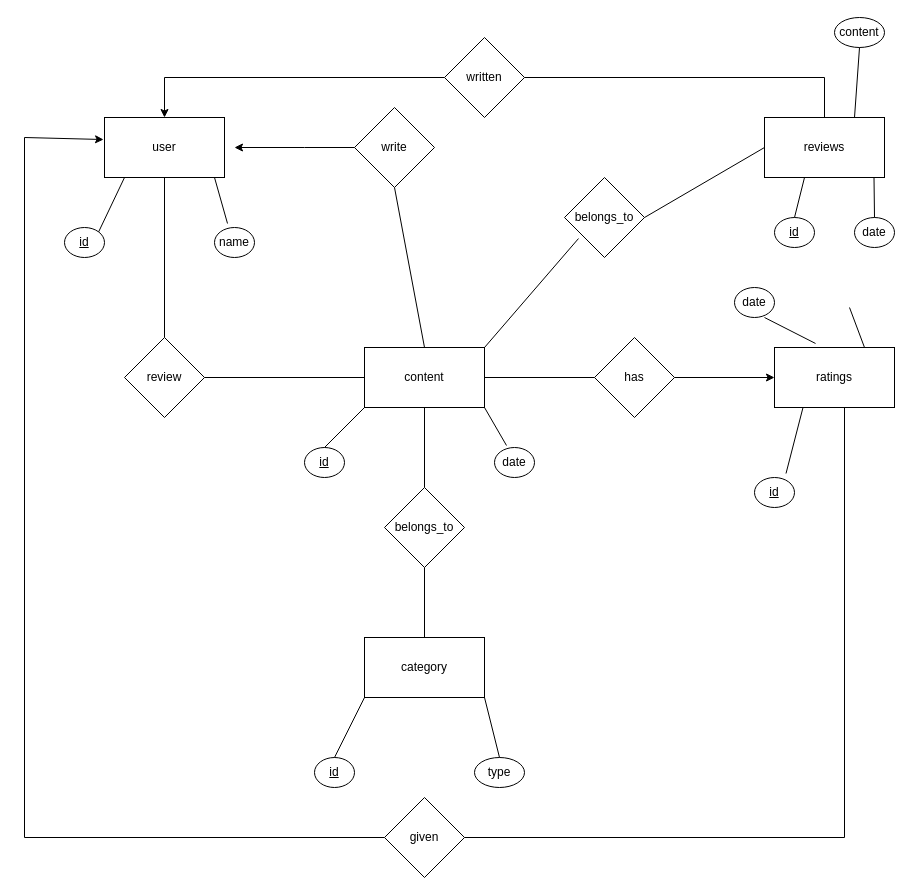
Earlier version of the draw.io diagram Untitled Diagram.drawio (aTyro1/daa). Source tidied: cells renumbered, new cells numbered last; positions are measured from the earlier drawing's top-left corner, leaving out a move shared by most shapes. Both pictures are drawn from the tidied source at 100%, with x=0, y=0 at pixel (24, 17).
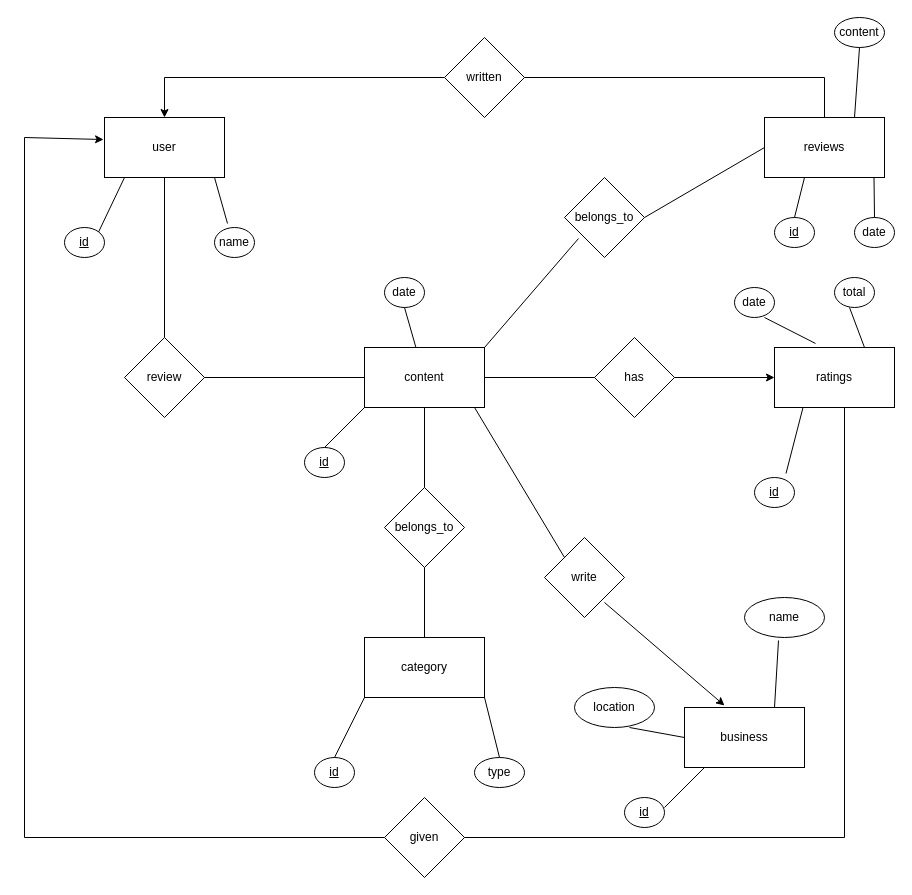
The same page after the edit.

Unchanged cells that the change refers to:
```xml
<mxCell id="4" value="content" style="rounded=0;whiteSpace=wrap;html=1;" parent="1" vertex="1">
  <mxGeometry x="340" y="330" width="120" height="60" as="geometry" />
</mxCell>
```

Diff of the diagram source:
```diff
@@
     <mxCell id="5" value="write" style="rhombus;whiteSpace=wrap;html=1;" parent="1" vertex="1">
-      <mxGeometry x="330" y="90" width="80" height="80" as="geometry" />
+      <mxGeometry x="520" y="520" width="80" height="80" as="geometry" />
     </mxCell>
@@
-    <mxCell id="8" style="endArrow=classic;html=1;rounded=0;exitX=0;exitY=0.5;exitDx=0;exitDy=0;" parent="1" edge="1" source="5">
-      <mxGeometry relative="1" as="geometry">
-        <mxPoint x="210" y="130" as="targetPoint" />
-        <Array as="points">
-          <mxPoint x="280" y="130" />
-        </Array>
-      </mxGeometry>
-    </mxCell>
-    <mxCell id="9" style="endArrow=none;html=1;rounded=0;entryX=0.5;entryY=1;entryDx=0;entryDy=0;exitX=0.5;exitY=0;exitDx=0;exitDy=0;" parent="1" edge="1" source="4" target="5">
-      <mxGeometry relative="1" as="geometry" />
-    </mxCell>
@@
     <mxCell id="51" value="date" style="ellipse;whiteSpace=wrap;html=1;" parent="1" vertex="1">
-      <mxGeometry x="470" y="430" width="40" height="30" as="geometry" />
+      <mxGeometry x="360" y="260" width="40" height="30" as="geometry" />
     </mxCell>
-    <mxCell id="52" style="endArrow=none;html=1;rounded=0;entryX=0.3;entryY=-0.067;entryDx=0;entryDy=0;entryPerimeter=0;" parent="1" edge="1" target="51">
-      <mxGeometry relative="1" as="geometry">
-        <mxPoint x="460" y="390" as="sourcePoint" />
-      </mxGeometry>
-    </mxCell>
@@
+    <mxCell id="56" style="endArrow=none;html=1;rounded=0;" parent="1" edge="1" source="4">
+      <mxGeometry relative="1" as="geometry">
+        <mxPoint x="380" y="290" as="targetPoint" />
+      </mxGeometry>
+    </mxCell>
+    <mxCell id="9" style="endArrow=none;html=1;rounded=0;entryX=0;entryY=0;entryDx=0;entryDy=0;exitX=0.917;exitY=1;exitDx=0;exitDy=0;exitPerimeter=0;" parent="1" edge="1" source="4" target="5">
+      <mxGeometry relative="1" as="geometry" />
+    </mxCell>
+    <mxCell id="57" value="business" style="rounded=0;whiteSpace=wrap;html=1;" parent="1" vertex="1">
+      <mxGeometry x="660" y="690" width="120" height="60" as="geometry" />
+    </mxCell>
+    <mxCell id="58" style="endArrow=classic;html=1;rounded=0;entryX=0.333;entryY=-0.033;entryDx=0;entryDy=0;entryPerimeter=0;" parent="1" edge="1" target="57">
+      <mxGeometry relative="1" as="geometry">
+        <mxPoint x="580" y="585" as="sourcePoint" />
+      </mxGeometry>
+    </mxCell>
+    <mxCell id="59" value="name" style="ellipse;whiteSpace=wrap;html=1;" parent="1" vertex="1">
+      <mxGeometry x="720" y="580" width="80" height="40" as="geometry" />
+    </mxCell>
+    <mxCell id="60" style="endArrow=none;html=1;rounded=0;exitX=0.75;exitY=0;exitDx=0;exitDy=0;entryX=0.425;entryY=1.075;entryDx=0;entryDy=0;entryPerimeter=0;" parent="1" edge="1" source="57" target="59">
+      <mxGeometry relative="1" as="geometry" />
+    </mxCell>
+    <mxCell id="61" value="location" style="ellipse;whiteSpace=wrap;html=1;" parent="1" vertex="1">
+      <mxGeometry x="550" y="670" width="80" height="40" as="geometry" />
+    </mxCell>
+    <mxCell id="62" style="endArrow=none;html=1;rounded=0;exitX=0;exitY=0.5;exitDx=0;exitDy=0;" parent="1" edge="1" source="57">
+      <mxGeometry relative="1" as="geometry">
+        <mxPoint x="605" y="710" as="targetPoint" />
+      </mxGeometry>
+    </mxCell>
+    <mxCell id="63" value="&lt;u&gt;id&lt;/u&gt;" style="ellipse;whiteSpace=wrap;html=1;" parent="1" vertex="1">
+      <mxGeometry x="600" y="780" width="40" height="30" as="geometry" />
+    </mxCell>
+    <mxCell id="64" style="endArrow=none;html=1;rounded=0;" parent="1" edge="1">
+      <mxGeometry relative="1" as="geometry">
+        <mxPoint x="640" y="790" as="sourcePoint" />
+        <mxPoint x="680" y="750" as="targetPoint" />
+      </mxGeometry>
+    </mxCell>
+    <mxCell id="65" value="total" style="ellipse;whiteSpace=wrap;html=1;" parent="1" vertex="1">
+      <mxGeometry x="810" y="260" width="40" height="30" as="geometry" />
+    </mxCell>
```
